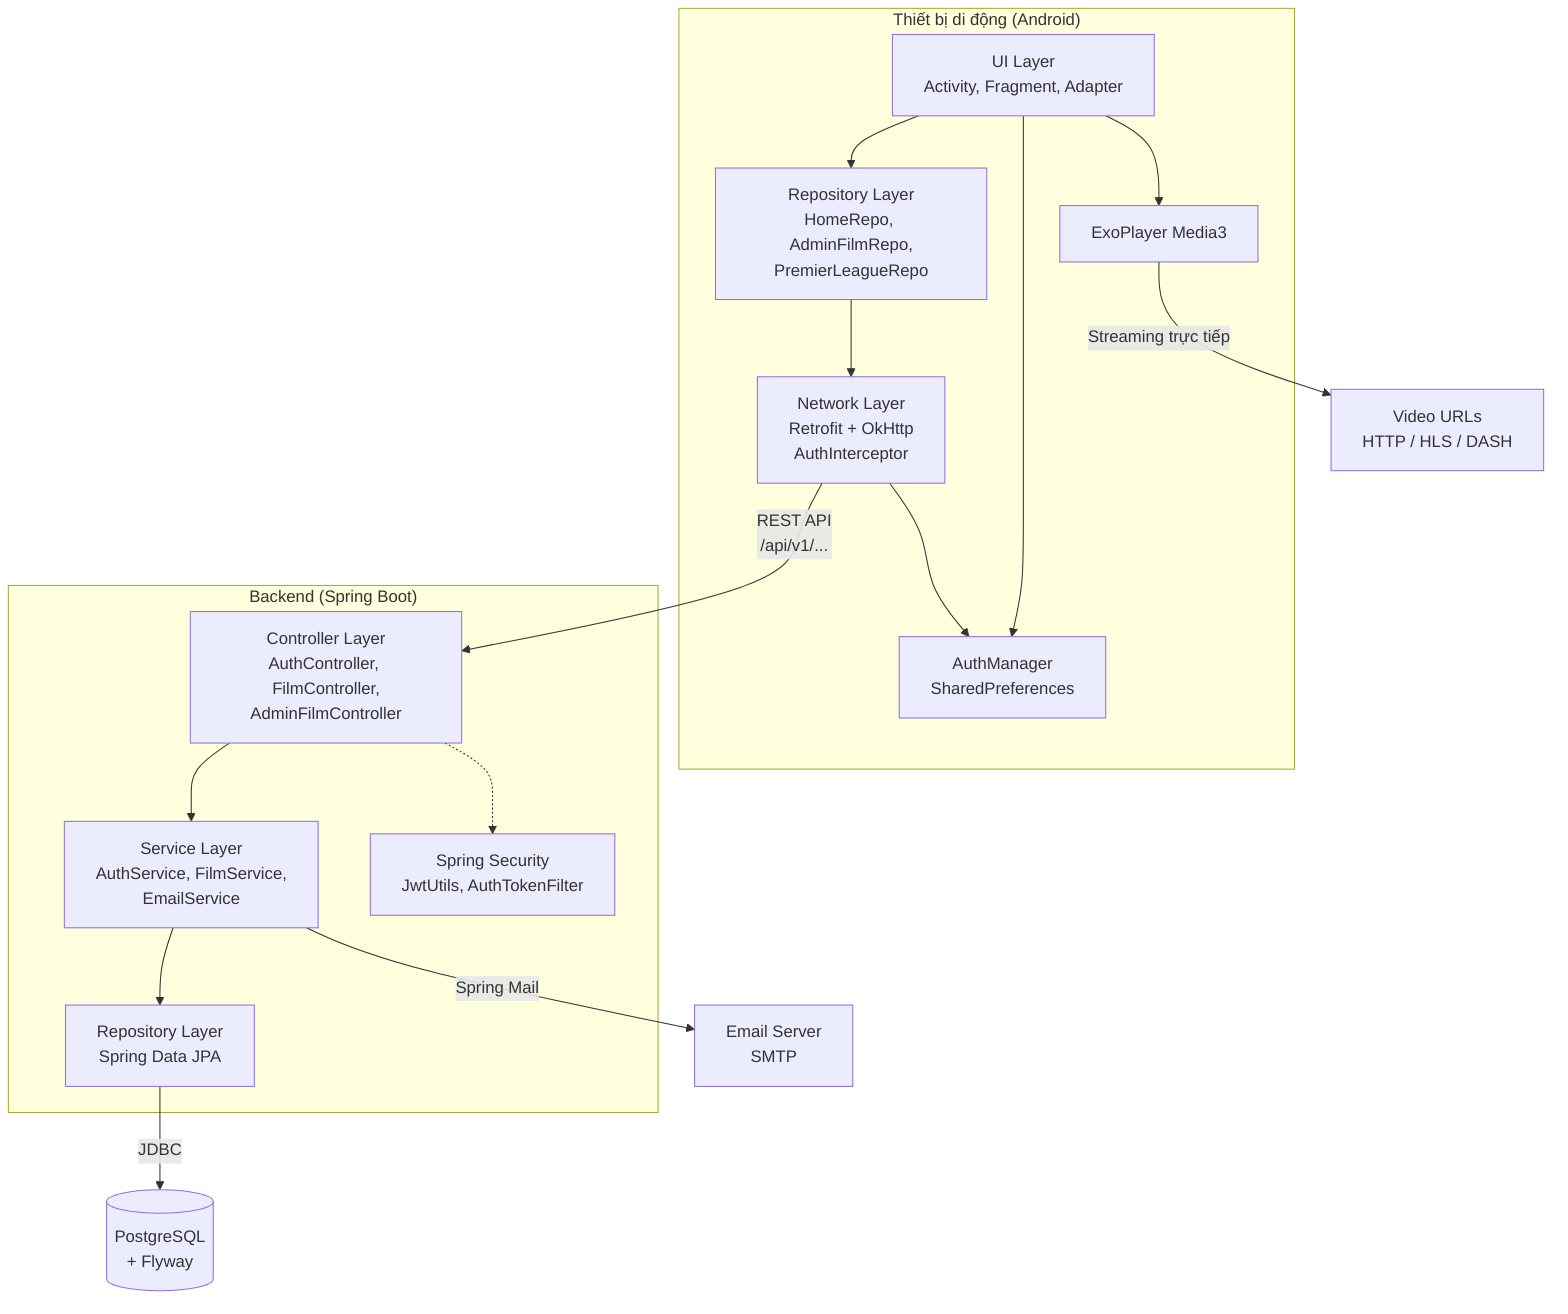
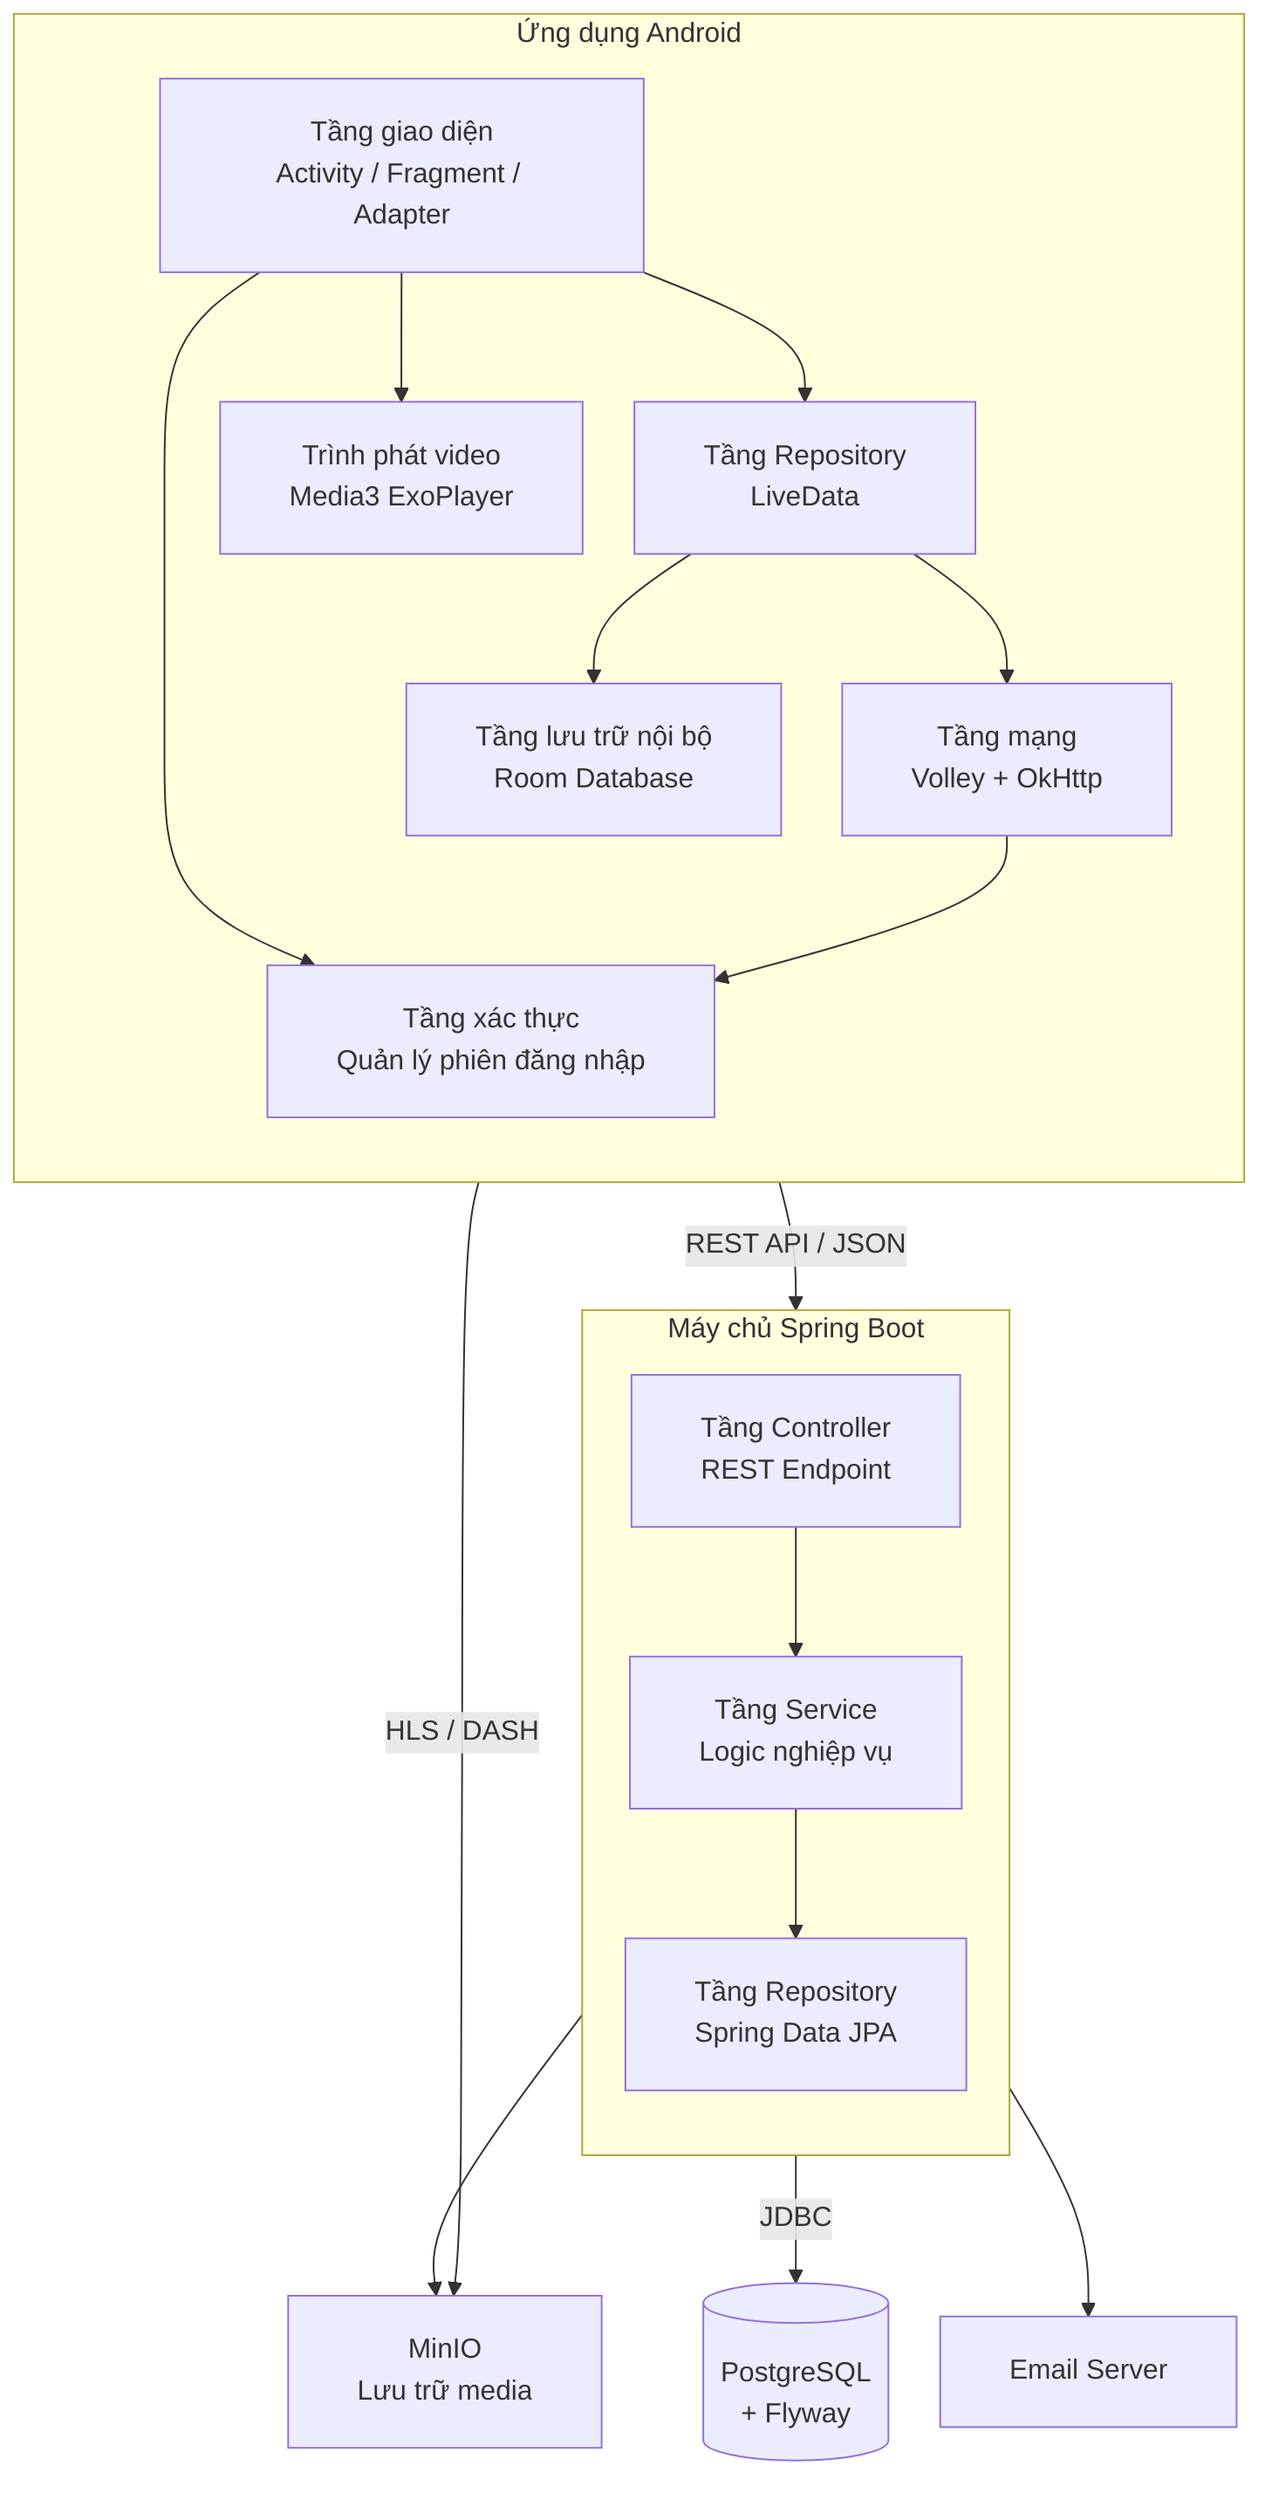
- %%{init: {"theme": "default"}}%%
+ %%{init: {"theme": "default", "flowchart": {"curve": "basis", "padding": 20, "nodeSpacing": 30, "rankSpacing": 50}}}%%
flowchart TB
-     subgraph Mobile["Thiết bị di động (Android)"]
-         UI[UI Layer<br/>Activity, Fragment, Adapter]
-         Repo[Repository Layer<br/>HomeRepo, AdminFilmRepo,<br/>PremierLeagueRepo]
-         Auth[AuthManager<br/>SharedPreferences]
-         Net[Network Layer<br/>Retrofit + OkHttp<br/>AuthInterceptor]
-         Player[ExoPlayer Media3]
+     subgraph Mobile["Ứng dụng Android"]
+         direction TB
+         UI["Tầng giao diện<br/>Activity / Fragment / Adapter"]
+         Repo["Tầng Repository<br/>LiveData"]
+         Local["Tầng lưu trữ nội bộ<br/>Room Database"]
+         Net["Tầng mạng<br/>Volley + OkHttp"]
+         Auth["Tầng xác thực<br/>Quản lý phiên đăng nhập"]
+         Player["Trình phát video<br/>Media3 ExoPlayer"]
        UI --> Repo
        UI --> Auth
        UI --> Player
        Repo --> Net
+         Repo --> Local
        Net --> Auth
    end

-     subgraph Backend["Backend (Spring Boot)"]
-         Ctrl[Controller Layer<br/>AuthController, FilmController,<br/>AdminFilmController]
-         Svc[Service Layer<br/>AuthService, FilmService,<br/>EmailService]
-         RepoJ[Repository Layer<br/>Spring Data JPA]
-         Sec[Spring Security<br/>JwtUtils, AuthTokenFilter]
+     subgraph Backend["Máy chủ Spring Boot"]
+         direction TB
+         Ctrl["Tầng Controller<br/>REST Endpoint"]
+         Svc["Tầng Service<br/>Logic nghiệp vụ"]
+         RepoJ["Tầng Repository<br/>Spring Data JPA"]
        Ctrl --> Svc
        Svc --> RepoJ
-         Ctrl -.-> Sec
    end

-     DB[(PostgreSQL<br/>+ Flyway)]
-     SMTP[Email Server<br/>SMTP]
-     CDN[Video URLs<br/>HTTP / HLS / DASH]
+     DB[("PostgreSQL<br/>+ Flyway")]
+     MinIO["MinIO<br/>Lưu trữ media"]
+     SMTP["Email Server"]

-     Net -->|REST API<br/>/api/v1/...| Ctrl
-     RepoJ -->|JDBC| DB
-     Svc -->|Spring Mail| SMTP
-     Player -->|Streaming trực tiếp| CDN
+     Net -->|"REST API / JSON"| Ctrl
+     RepoJ -->|"JDBC"| DB
+     Svc --> MinIO
+     Svc --> SMTP
+     Player -->|"HLS / DASH"| MinIO
